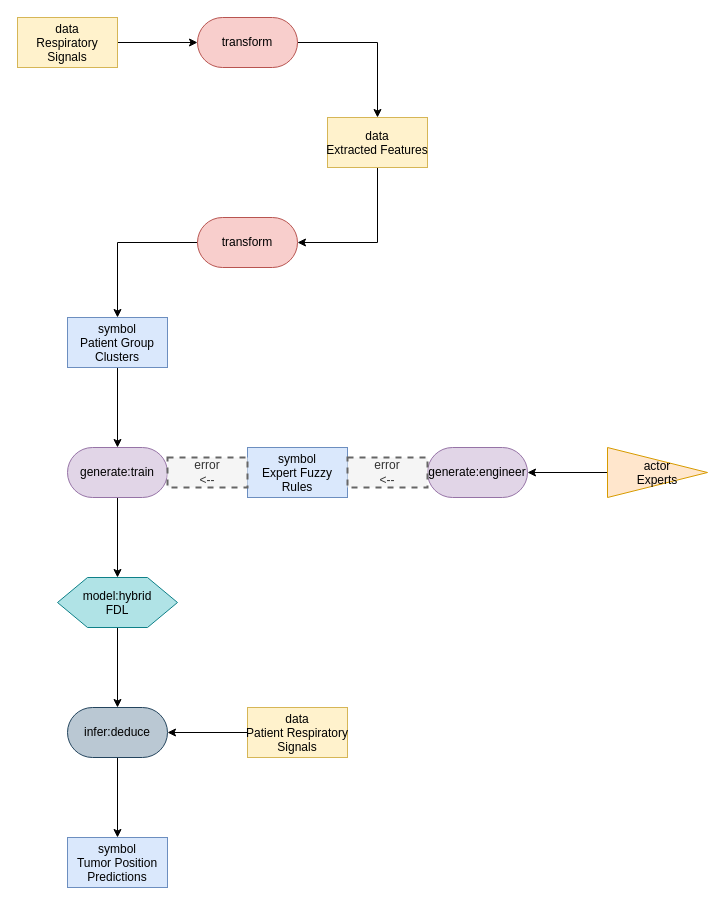
Above: medical patterns to boxologies/Rules Embedded in ML architecture (REML)/Intra- and Inter-Fractional Variation Prediction of Lung Tumors Using Fuzzy Deep Learning.drawio in zonnesmit/thesis (draw.io), before the change. Source tidied: cells renumbered, new cells numbered last; positions are measured from the earlier drawing's top-left corner, leaving out a move shared by most shapes. Both pictures are drawn from the tidied source at 100%, with x=0, y=0 at pixel (17, 17).
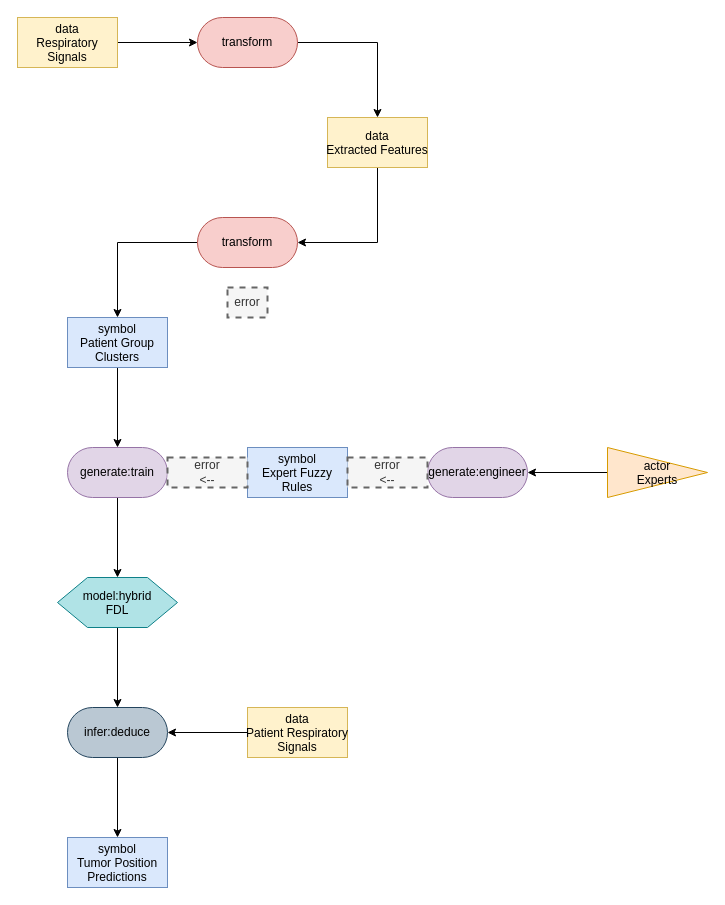
The same page after the edit.

The edit, as a diff of the source:
```diff
@@
+    <mxCell id="27" value="error" style="text;html=1;align=center;verticalAlign=middle;whiteSpace=wrap;rounded=0;dashed=1;fillColor=#f5f5f5;fontColor=#333333;strokeColor=#666666;strokeWidth=2;" parent="1" vertex="1">
+      <mxGeometry x="210" y="270" width="40" height="30" as="geometry" />
+    </mxCell>
```
